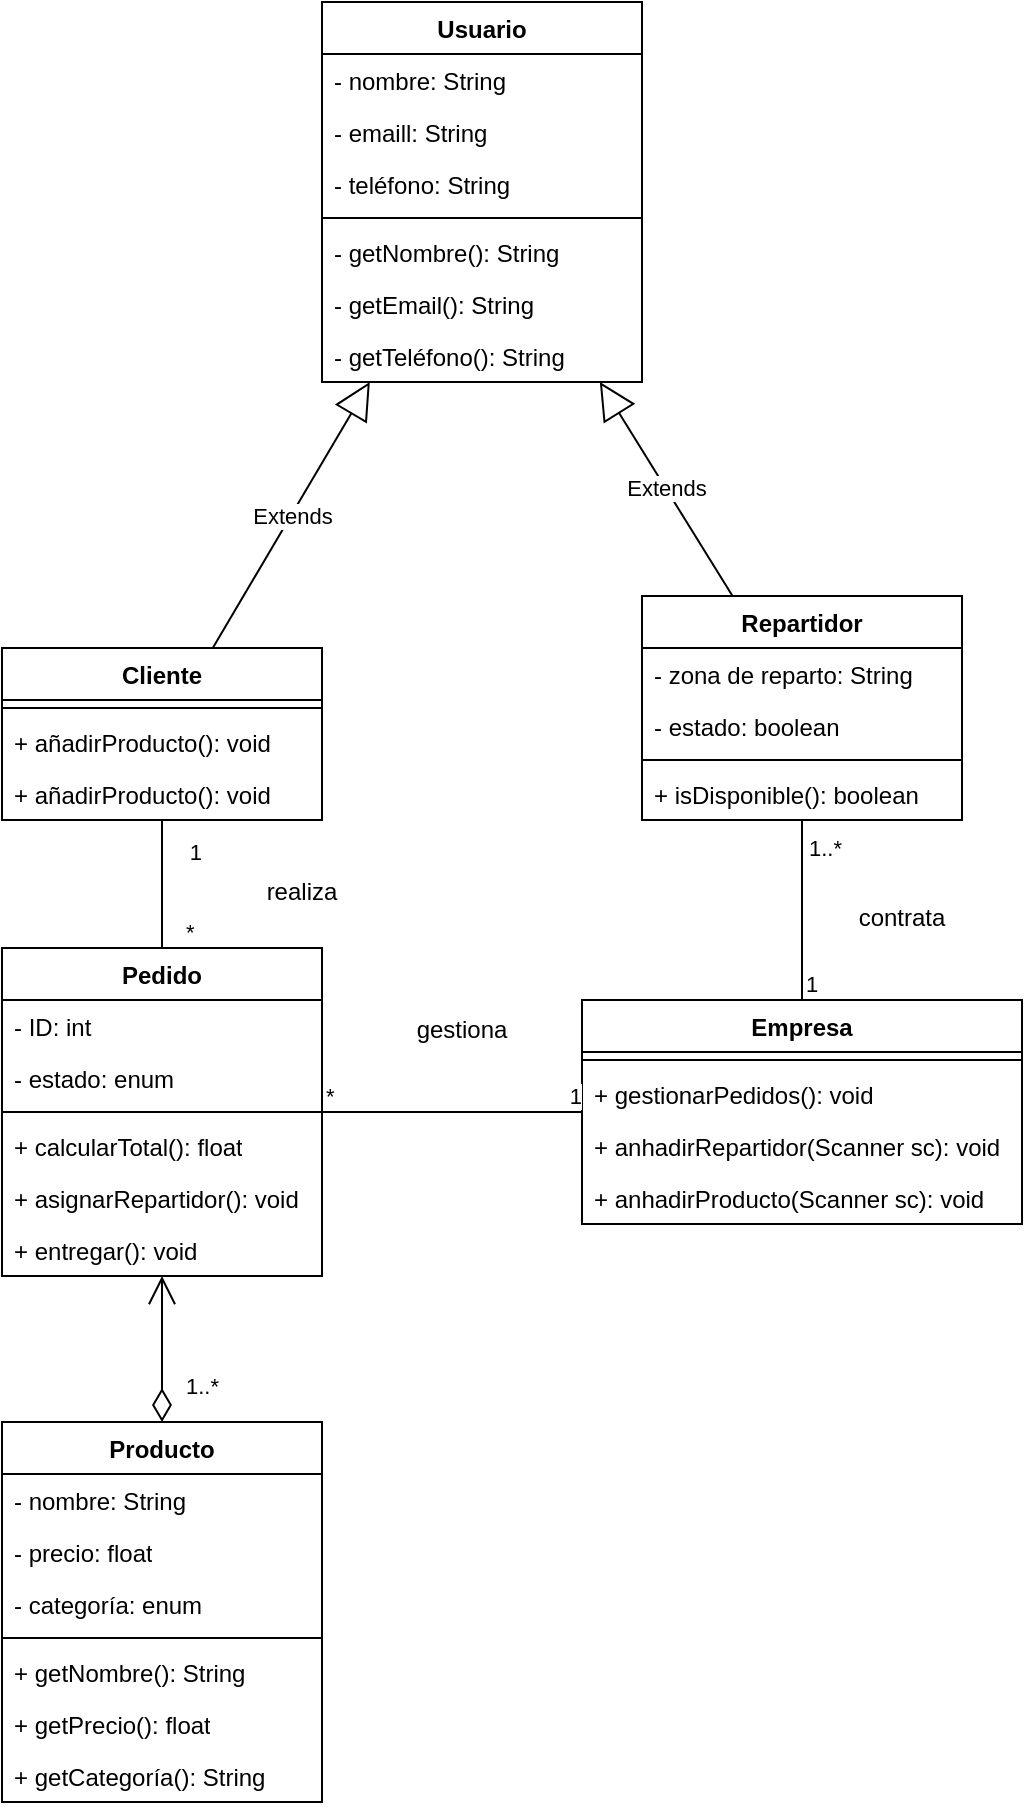
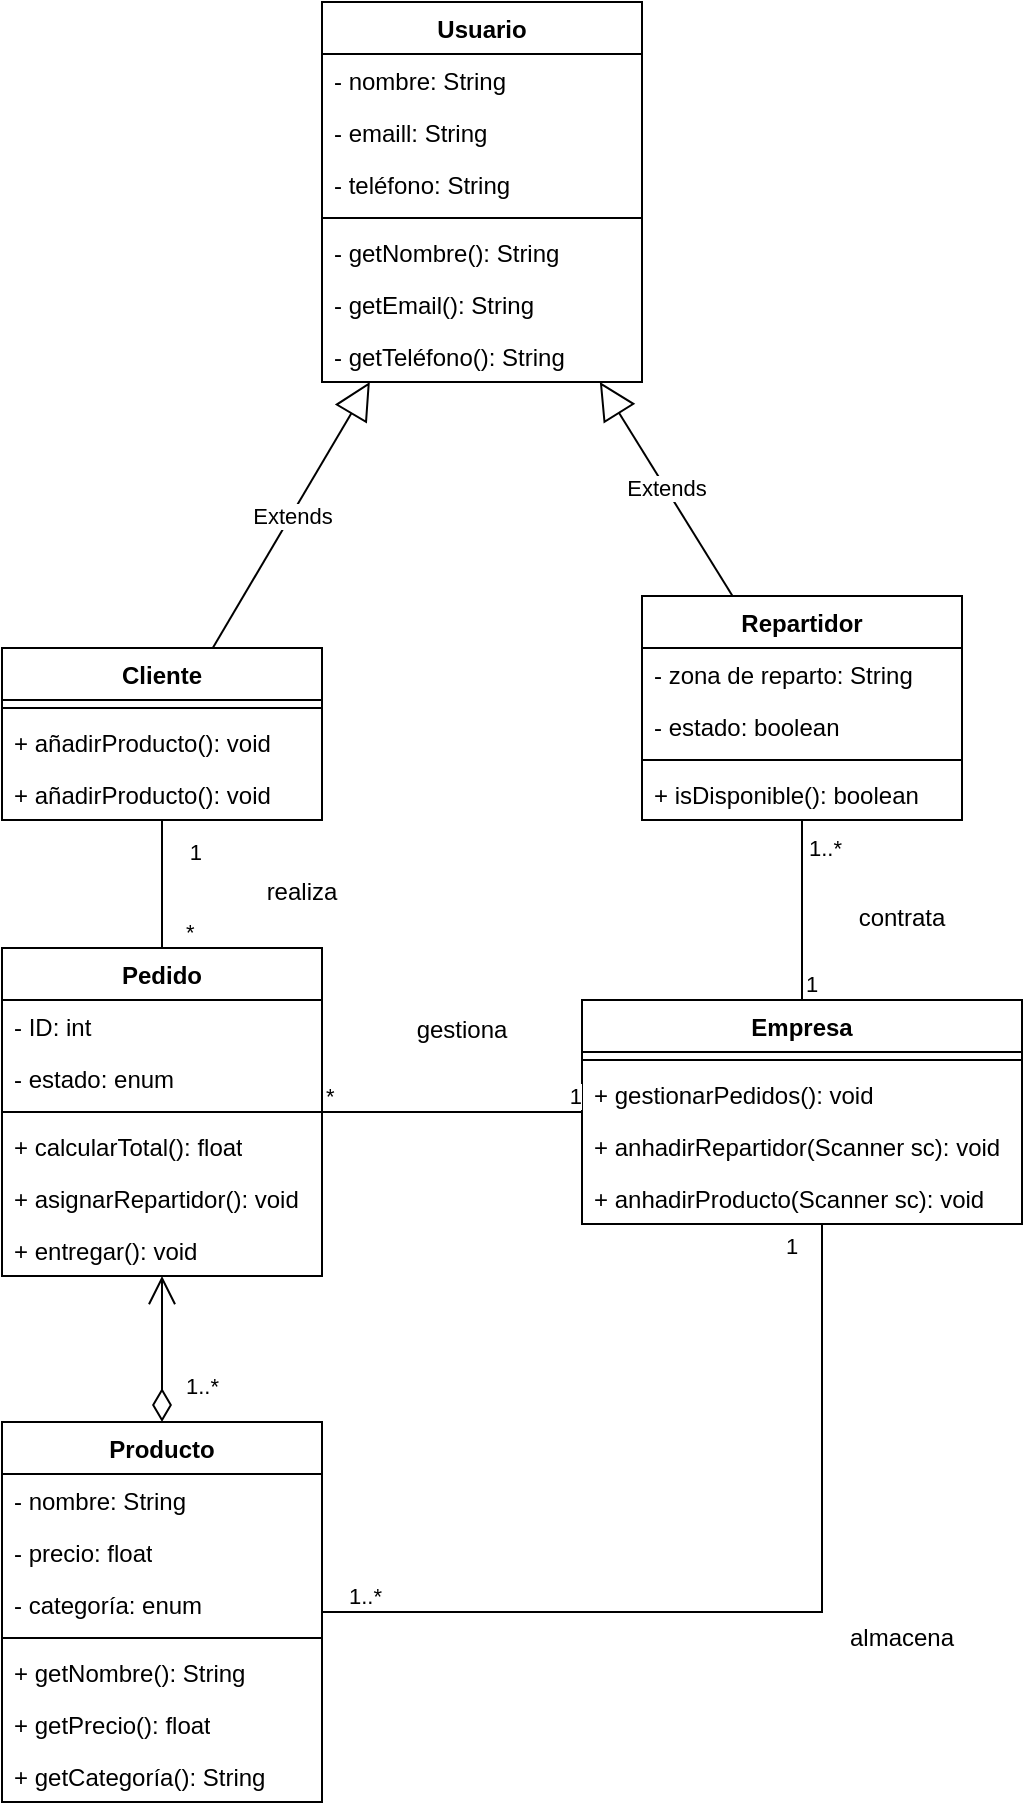
<mxfile host="app.diagrams.net">
  <diagram name="Página-1" id="2XE42wdA6MSBMxuCHJYf">
    <mxGraphModel dx="1084" dy="600" grid="1" gridSize="10" guides="1" tooltips="1" connect="1" arrows="1" fold="1" page="1" pageScale="1" pageWidth="827" pageHeight="1169" math="0" shadow="0">
      <root>
        <mxCell id="0" />
        <mxCell id="1" parent="0" />
        <mxCell id="JbUmaWRZdpL9yCn87Y7F-5" parent="1" style="swimlane;fontStyle=1;align=center;verticalAlign=top;childLayout=stackLayout;horizontal=1;startSize=26;horizontalStack=0;resizeParent=1;resizeParentMax=0;resizeLast=0;collapsible=1;marginBottom=0;whiteSpace=wrap;html=1;" value="Usuario" vertex="1">
          <mxGeometry height="190" width="160" x="250" y="30" as="geometry" />
        </mxCell>
        <mxCell id="JbUmaWRZdpL9yCn87Y7F-6" parent="JbUmaWRZdpL9yCn87Y7F-5" style="text;strokeColor=none;fillColor=none;align=left;verticalAlign=top;spacingLeft=4;spacingRight=4;overflow=hidden;rotatable=0;points=[[0,0.5],[1,0.5]];portConstraint=eastwest;whiteSpace=wrap;html=1;" value="- nombre: String" vertex="1">
          <mxGeometry height="26" width="160" y="26" as="geometry" />
        </mxCell>
        <mxCell id="JbUmaWRZdpL9yCn87Y7F-9" parent="JbUmaWRZdpL9yCn87Y7F-5" style="text;strokeColor=none;fillColor=none;align=left;verticalAlign=top;spacingLeft=4;spacingRight=4;overflow=hidden;rotatable=0;points=[[0,0.5],[1,0.5]];portConstraint=eastwest;whiteSpace=wrap;html=1;" value="- emaill: String" vertex="1">
          <mxGeometry height="26" width="160" y="52" as="geometry" />
        </mxCell>
        <mxCell id="JbUmaWRZdpL9yCn87Y7F-10" parent="JbUmaWRZdpL9yCn87Y7F-5" style="text;strokeColor=none;fillColor=none;align=left;verticalAlign=top;spacingLeft=4;spacingRight=4;overflow=hidden;rotatable=0;points=[[0,0.5],[1,0.5]];portConstraint=eastwest;whiteSpace=wrap;html=1;" value="- teléfono: String" vertex="1">
          <mxGeometry height="26" width="160" y="78" as="geometry" />
        </mxCell>
        <mxCell id="JbUmaWRZdpL9yCn87Y7F-7" parent="JbUmaWRZdpL9yCn87Y7F-5" style="line;strokeWidth=1;fillColor=none;align=left;verticalAlign=middle;spacingTop=-1;spacingLeft=3;spacingRight=3;rotatable=0;labelPosition=right;points=[];portConstraint=eastwest;strokeColor=inherit;" value="" vertex="1">
          <mxGeometry height="8" width="160" y="104" as="geometry" />
        </mxCell>
        <mxCell id="JbUmaWRZdpL9yCn87Y7F-54" parent="JbUmaWRZdpL9yCn87Y7F-5" style="text;strokeColor=none;fillColor=none;align=left;verticalAlign=top;spacingLeft=4;spacingRight=4;overflow=hidden;rotatable=0;points=[[0,0.5],[1,0.5]];portConstraint=eastwest;whiteSpace=wrap;html=1;" value="- getNombre(): String" vertex="1">
          <mxGeometry height="26" width="160" y="112" as="geometry" />
        </mxCell>
        <mxCell id="JbUmaWRZdpL9yCn87Y7F-55" parent="JbUmaWRZdpL9yCn87Y7F-5" style="text;strokeColor=none;fillColor=none;align=left;verticalAlign=top;spacingLeft=4;spacingRight=4;overflow=hidden;rotatable=0;points=[[0,0.5],[1,0.5]];portConstraint=eastwest;whiteSpace=wrap;html=1;" value="- getEmail(): String" vertex="1">
          <mxGeometry height="26" width="160" y="138" as="geometry" />
        </mxCell>
        <mxCell id="JbUmaWRZdpL9yCn87Y7F-56" parent="JbUmaWRZdpL9yCn87Y7F-5" style="text;strokeColor=none;fillColor=none;align=left;verticalAlign=top;spacingLeft=4;spacingRight=4;overflow=hidden;rotatable=0;points=[[0,0.5],[1,0.5]];portConstraint=eastwest;whiteSpace=wrap;html=1;" value="- getTeléfono(): String" vertex="1">
          <mxGeometry height="26" width="160" y="164" as="geometry" />
        </mxCell>
        <mxCell id="JbUmaWRZdpL9yCn87Y7F-11" parent="1" style="swimlane;fontStyle=1;align=center;verticalAlign=top;childLayout=stackLayout;horizontal=1;startSize=26;horizontalStack=0;resizeParent=1;resizeParentMax=0;resizeLast=0;collapsible=1;marginBottom=0;whiteSpace=wrap;html=1;" value="Cliente" vertex="1">
          <mxGeometry height="86" width="160" x="90" y="353" as="geometry" />
        </mxCell>
        <mxCell id="JbUmaWRZdpL9yCn87Y7F-13" parent="JbUmaWRZdpL9yCn87Y7F-11" style="line;strokeWidth=1;fillColor=none;align=left;verticalAlign=middle;spacingTop=-1;spacingLeft=3;spacingRight=3;rotatable=0;labelPosition=right;points=[];portConstraint=eastwest;strokeColor=inherit;" value="" vertex="1">
          <mxGeometry height="8" width="160" y="26" as="geometry" />
        </mxCell>
        <mxCell id="JbUmaWRZdpL9yCn87Y7F-14" parent="JbUmaWRZdpL9yCn87Y7F-11" style="text;strokeColor=none;fillColor=none;align=left;verticalAlign=top;spacingLeft=4;spacingRight=4;overflow=hidden;rotatable=0;points=[[0,0.5],[1,0.5]];portConstraint=eastwest;whiteSpace=wrap;html=1;" value="+ añadirProducto(): void" vertex="1">
          <mxGeometry height="26" width="160" y="34" as="geometry" />
        </mxCell>
        <mxCell id="GLeaCdAOJHjAhLHs-Tl_-1" parent="JbUmaWRZdpL9yCn87Y7F-11" style="text;strokeColor=none;fillColor=none;align=left;verticalAlign=top;spacingLeft=4;spacingRight=4;overflow=hidden;rotatable=0;points=[[0,0.5],[1,0.5]];portConstraint=eastwest;whiteSpace=wrap;html=1;" value="+ añadirProducto(): void" vertex="1">
          <mxGeometry height="26" width="160" y="60" as="geometry" />
        </mxCell>
        <mxCell id="JbUmaWRZdpL9yCn87Y7F-17" parent="1" style="swimlane;fontStyle=1;align=center;verticalAlign=top;childLayout=stackLayout;horizontal=1;startSize=26;horizontalStack=0;resizeParent=1;resizeParentMax=0;resizeLast=0;collapsible=1;marginBottom=0;whiteSpace=wrap;html=1;" value="Pedido" vertex="1">
          <mxGeometry height="164" width="160" x="90" y="503" as="geometry" />
        </mxCell>
        <mxCell id="JbUmaWRZdpL9yCn87Y7F-18" parent="JbUmaWRZdpL9yCn87Y7F-17" style="text;strokeColor=none;fillColor=none;align=left;verticalAlign=top;spacingLeft=4;spacingRight=4;overflow=hidden;rotatable=0;points=[[0,0.5],[1,0.5]];portConstraint=eastwest;whiteSpace=wrap;html=1;" value="- ID: int" vertex="1">
          <mxGeometry height="26" width="160" y="26" as="geometry" />
        </mxCell>
        <mxCell id="JbUmaWRZdpL9yCn87Y7F-21" parent="JbUmaWRZdpL9yCn87Y7F-17" style="text;strokeColor=none;fillColor=none;align=left;verticalAlign=top;spacingLeft=4;spacingRight=4;overflow=hidden;rotatable=0;points=[[0,0.5],[1,0.5]];portConstraint=eastwest;whiteSpace=wrap;html=1;" value="- estado: enum" vertex="1">
          <mxGeometry height="26" width="160" y="52" as="geometry" />
        </mxCell>
        <mxCell id="JbUmaWRZdpL9yCn87Y7F-19" parent="JbUmaWRZdpL9yCn87Y7F-17" style="line;strokeWidth=1;fillColor=none;align=left;verticalAlign=middle;spacingTop=-1;spacingLeft=3;spacingRight=3;rotatable=0;labelPosition=right;points=[];portConstraint=eastwest;strokeColor=inherit;" value="" vertex="1">
          <mxGeometry height="8" width="160" y="78" as="geometry" />
        </mxCell>
        <mxCell id="JbUmaWRZdpL9yCn87Y7F-20" parent="JbUmaWRZdpL9yCn87Y7F-17" style="text;strokeColor=none;fillColor=none;align=left;verticalAlign=top;spacingLeft=4;spacingRight=4;overflow=hidden;rotatable=0;points=[[0,0.5],[1,0.5]];portConstraint=eastwest;whiteSpace=wrap;html=1;" value="+ calcularTotal(): float" vertex="1">
          <mxGeometry height="26" width="160" y="86" as="geometry" />
        </mxCell>
        <mxCell id="JbUmaWRZdpL9yCn87Y7F-50" parent="JbUmaWRZdpL9yCn87Y7F-17" style="text;strokeColor=none;fillColor=none;align=left;verticalAlign=top;spacingLeft=4;spacingRight=4;overflow=hidden;rotatable=0;points=[[0,0.5],[1,0.5]];portConstraint=eastwest;whiteSpace=wrap;html=1;" value="+ asignarRepartidor(): void" vertex="1">
          <mxGeometry height="26" width="160" y="112" as="geometry" />
        </mxCell>
        <mxCell id="JbUmaWRZdpL9yCn87Y7F-51" parent="JbUmaWRZdpL9yCn87Y7F-17" style="text;strokeColor=none;fillColor=none;align=left;verticalAlign=top;spacingLeft=4;spacingRight=4;overflow=hidden;rotatable=0;points=[[0,0.5],[1,0.5]];portConstraint=eastwest;whiteSpace=wrap;html=1;" value="+ entregar(): void" vertex="1">
          <mxGeometry height="26" width="160" y="138" as="geometry" />
        </mxCell>
        <mxCell id="JbUmaWRZdpL9yCn87Y7F-23" parent="1" style="swimlane;fontStyle=1;align=center;verticalAlign=top;childLayout=stackLayout;horizontal=1;startSize=26;horizontalStack=0;resizeParent=1;resizeParentMax=0;resizeLast=0;collapsible=1;marginBottom=0;whiteSpace=wrap;html=1;" value="Producto" vertex="1">
          <mxGeometry height="190" width="160" x="90" y="740" as="geometry" />
        </mxCell>
        <mxCell id="JbUmaWRZdpL9yCn87Y7F-24" parent="JbUmaWRZdpL9yCn87Y7F-23" style="text;strokeColor=none;fillColor=none;align=left;verticalAlign=top;spacingLeft=4;spacingRight=4;overflow=hidden;rotatable=0;points=[[0,0.5],[1,0.5]];portConstraint=eastwest;whiteSpace=wrap;html=1;" value="- nombre: String" vertex="1">
          <mxGeometry height="26" width="160" y="26" as="geometry" />
        </mxCell>
        <mxCell id="JbUmaWRZdpL9yCn87Y7F-48" parent="JbUmaWRZdpL9yCn87Y7F-23" style="text;strokeColor=none;fillColor=none;align=left;verticalAlign=top;spacingLeft=4;spacingRight=4;overflow=hidden;rotatable=0;points=[[0,0.5],[1,0.5]];portConstraint=eastwest;whiteSpace=wrap;html=1;" value="- precio: float" vertex="1">
          <mxGeometry height="26" width="160" y="52" as="geometry" />
        </mxCell>
        <mxCell id="JbUmaWRZdpL9yCn87Y7F-49" parent="JbUmaWRZdpL9yCn87Y7F-23" style="text;strokeColor=none;fillColor=none;align=left;verticalAlign=top;spacingLeft=4;spacingRight=4;overflow=hidden;rotatable=0;points=[[0,0.5],[1,0.5]];portConstraint=eastwest;whiteSpace=wrap;html=1;" value="- categoría: enum" vertex="1">
          <mxGeometry height="26" width="160" y="78" as="geometry" />
        </mxCell>
        <mxCell id="JbUmaWRZdpL9yCn87Y7F-25" parent="JbUmaWRZdpL9yCn87Y7F-23" style="line;strokeWidth=1;fillColor=none;align=left;verticalAlign=middle;spacingTop=-1;spacingLeft=3;spacingRight=3;rotatable=0;labelPosition=right;points=[];portConstraint=eastwest;strokeColor=inherit;" value="" vertex="1">
          <mxGeometry height="8" width="160" y="104" as="geometry" />
        </mxCell>
        <mxCell id="JbUmaWRZdpL9yCn87Y7F-26" parent="JbUmaWRZdpL9yCn87Y7F-23" style="text;strokeColor=none;fillColor=none;align=left;verticalAlign=top;spacingLeft=4;spacingRight=4;overflow=hidden;rotatable=0;points=[[0,0.5],[1,0.5]];portConstraint=eastwest;whiteSpace=wrap;html=1;" value="+ getNombre(): String" vertex="1">
          <mxGeometry height="26" width="160" y="112" as="geometry" />
        </mxCell>
        <mxCell id="JbUmaWRZdpL9yCn87Y7F-57" parent="JbUmaWRZdpL9yCn87Y7F-23" style="text;strokeColor=none;fillColor=none;align=left;verticalAlign=top;spacingLeft=4;spacingRight=4;overflow=hidden;rotatable=0;points=[[0,0.5],[1,0.5]];portConstraint=eastwest;whiteSpace=wrap;html=1;" value="+ getPrecio(): float" vertex="1">
          <mxGeometry height="26" width="160" y="138" as="geometry" />
        </mxCell>
        <mxCell id="JbUmaWRZdpL9yCn87Y7F-58" parent="JbUmaWRZdpL9yCn87Y7F-23" style="text;strokeColor=none;fillColor=none;align=left;verticalAlign=top;spacingLeft=4;spacingRight=4;overflow=hidden;rotatable=0;points=[[0,0.5],[1,0.5]];portConstraint=eastwest;whiteSpace=wrap;html=1;" value="+ getCategoría(): String" vertex="1">
          <mxGeometry height="26" width="160" y="164" as="geometry" />
        </mxCell>
        <mxCell id="JbUmaWRZdpL9yCn87Y7F-27" parent="1" style="swimlane;fontStyle=1;align=center;verticalAlign=top;childLayout=stackLayout;horizontal=1;startSize=26;horizontalStack=0;resizeParent=1;resizeParentMax=0;resizeLast=0;collapsible=1;marginBottom=0;whiteSpace=wrap;html=1;" value="Repartidor" vertex="1">
          <mxGeometry height="112" width="160" x="410" y="327" as="geometry" />
        </mxCell>
        <mxCell id="JbUmaWRZdpL9yCn87Y7F-28" parent="JbUmaWRZdpL9yCn87Y7F-27" style="text;strokeColor=none;fillColor=none;align=left;verticalAlign=top;spacingLeft=4;spacingRight=4;overflow=hidden;rotatable=0;points=[[0,0.5],[1,0.5]];portConstraint=eastwest;whiteSpace=wrap;html=1;" value="- zona de reparto: String" vertex="1">
          <mxGeometry height="26" width="160" y="26" as="geometry" />
        </mxCell>
        <mxCell id="JbUmaWRZdpL9yCn87Y7F-31" parent="JbUmaWRZdpL9yCn87Y7F-27" style="text;strokeColor=none;fillColor=none;align=left;verticalAlign=top;spacingLeft=4;spacingRight=4;overflow=hidden;rotatable=0;points=[[0,0.5],[1,0.5]];portConstraint=eastwest;whiteSpace=wrap;html=1;" value="- estado: boolean" vertex="1">
          <mxGeometry height="26" width="160" y="52" as="geometry" />
        </mxCell>
        <mxCell id="JbUmaWRZdpL9yCn87Y7F-29" parent="JbUmaWRZdpL9yCn87Y7F-27" style="line;strokeWidth=1;fillColor=none;align=left;verticalAlign=middle;spacingTop=-1;spacingLeft=3;spacingRight=3;rotatable=0;labelPosition=right;points=[];portConstraint=eastwest;strokeColor=inherit;" value="" vertex="1">
          <mxGeometry height="8" width="160" y="78" as="geometry" />
        </mxCell>
        <mxCell id="JbUmaWRZdpL9yCn87Y7F-30" parent="JbUmaWRZdpL9yCn87Y7F-27" style="text;strokeColor=none;fillColor=none;align=left;verticalAlign=top;spacingLeft=4;spacingRight=4;overflow=hidden;rotatable=0;points=[[0,0.5],[1,0.5]];portConstraint=eastwest;whiteSpace=wrap;html=1;" value="+ isDisponible(): boolean" vertex="1">
          <mxGeometry height="26" width="160" y="86" as="geometry" />
        </mxCell>
        <mxCell id="JbUmaWRZdpL9yCn87Y7F-32" edge="1" parent="1" source="JbUmaWRZdpL9yCn87Y7F-11" style="endArrow=block;endSize=16;endFill=0;html=1;rounded=0;" target="JbUmaWRZdpL9yCn87Y7F-5" value="Extends">
          <mxGeometry relative="1" width="160" as="geometry">
            <mxPoint x="290" y="470" as="sourcePoint" />
            <mxPoint x="450" y="470" as="targetPoint" />
          </mxGeometry>
        </mxCell>
        <mxCell id="JbUmaWRZdpL9yCn87Y7F-33" edge="1" parent="1" source="JbUmaWRZdpL9yCn87Y7F-27" style="endArrow=block;endSize=16;endFill=0;html=1;rounded=0;" target="JbUmaWRZdpL9yCn87Y7F-5" value="Extends">
          <mxGeometry relative="1" width="160" as="geometry">
            <mxPoint x="380" y="220" as="sourcePoint" />
            <mxPoint x="540" y="220" as="targetPoint" />
          </mxGeometry>
        </mxCell>
        <mxCell id="JbUmaWRZdpL9yCn87Y7F-38" edge="1" parent="1" source="JbUmaWRZdpL9yCn87Y7F-17" style="endArrow=none;html=1;edgeStyle=orthogonalEdgeStyle;rounded=0;" target="JbUmaWRZdpL9yCn87Y7F-11" value="">
          <mxGeometry relative="1" as="geometry">
            <mxPoint x="90" y="450" as="sourcePoint" />
            <mxPoint x="250" y="450" as="targetPoint" />
          </mxGeometry>
        </mxCell>
        <mxCell id="JbUmaWRZdpL9yCn87Y7F-39" connectable="0" parent="JbUmaWRZdpL9yCn87Y7F-38" style="edgeLabel;resizable=0;html=1;align=left;verticalAlign=bottom;" value="*" vertex="1">
          <mxGeometry relative="1" x="-1" as="geometry">
            <mxPoint x="10" as="offset" />
          </mxGeometry>
        </mxCell>
        <mxCell id="JbUmaWRZdpL9yCn87Y7F-40" connectable="0" parent="JbUmaWRZdpL9yCn87Y7F-38" style="edgeLabel;resizable=0;html=1;align=right;verticalAlign=bottom;" value="1" vertex="1">
          <mxGeometry relative="1" x="1" as="geometry">
            <mxPoint x="20" y="24" as="offset" />
          </mxGeometry>
        </mxCell>
        <mxCell id="sLmoEp37BJ7bvrg3hQKr-1" edge="1" parent="1" source="JbUmaWRZdpL9yCn87Y7F-23" style="endArrow=open;html=1;endSize=12;startArrow=diamondThin;startSize=14;startFill=0;edgeStyle=orthogonalEdgeStyle;align=left;verticalAlign=bottom;rounded=0;" target="JbUmaWRZdpL9yCn87Y7F-17" value="1..*">
          <mxGeometry relative="1" x="-0.726" y="-10" as="geometry">
            <mxPoint y="1" as="offset" />
            <mxPoint x="120" y="690" as="sourcePoint" />
            <mxPoint x="280" y="690" as="targetPoint" />
          </mxGeometry>
        </mxCell>
        <mxCell id="KAOKZXu9z5fEesThSXn7-1" parent="1" style="swimlane;fontStyle=1;align=center;verticalAlign=top;childLayout=stackLayout;horizontal=1;startSize=26;horizontalStack=0;resizeParent=1;resizeParentMax=0;resizeLast=0;collapsible=1;marginBottom=0;whiteSpace=wrap;html=1;" value="Empresa" vertex="1">
          <mxGeometry height="112" width="220" x="380" y="529" as="geometry" />
        </mxCell>
        <mxCell id="KAOKZXu9z5fEesThSXn7-3" parent="KAOKZXu9z5fEesThSXn7-1" style="line;strokeWidth=1;fillColor=none;align=left;verticalAlign=middle;spacingTop=-1;spacingLeft=3;spacingRight=3;rotatable=0;labelPosition=right;points=[];portConstraint=eastwest;strokeColor=inherit;" value="" vertex="1">
          <mxGeometry height="8" width="220" y="26" as="geometry" />
        </mxCell>
        <mxCell id="KAOKZXu9z5fEesThSXn7-4" parent="KAOKZXu9z5fEesThSXn7-1" style="text;strokeColor=none;fillColor=none;align=left;verticalAlign=top;spacingLeft=4;spacingRight=4;overflow=hidden;rotatable=0;points=[[0,0.5],[1,0.5]];portConstraint=eastwest;whiteSpace=wrap;html=1;" value="+ gestionarPedidos(): void" vertex="1">
          <mxGeometry height="26" width="220" y="34" as="geometry" />
        </mxCell>
        <mxCell id="KAOKZXu9z5fEesThSXn7-5" parent="KAOKZXu9z5fEesThSXn7-1" style="text;strokeColor=none;fillColor=none;align=left;verticalAlign=top;spacingLeft=4;spacingRight=4;overflow=hidden;rotatable=0;points=[[0,0.5],[1,0.5]];portConstraint=eastwest;whiteSpace=wrap;html=1;" value="+ anhadirRepartidor(Scanner sc): void" vertex="1">
          <mxGeometry height="26" width="220" y="60" as="geometry" />
        </mxCell>
        <mxCell id="KAOKZXu9z5fEesThSXn7-6" parent="KAOKZXu9z5fEesThSXn7-1" style="text;strokeColor=none;fillColor=none;align=left;verticalAlign=top;spacingLeft=4;spacingRight=4;overflow=hidden;rotatable=0;points=[[0,0.5],[1,0.5]];portConstraint=eastwest;whiteSpace=wrap;html=1;" value="+ anhadirProducto(Scanner sc): void" vertex="1">
          <mxGeometry height="26" width="220" y="86" as="geometry" />
        </mxCell>
        <mxCell id="KAOKZXu9z5fEesThSXn7-11" edge="1" parent="1" source="KAOKZXu9z5fEesThSXn7-1" style="endArrow=none;html=1;edgeStyle=orthogonalEdgeStyle;rounded=0;" target="JbUmaWRZdpL9yCn87Y7F-27" value="">
          <mxGeometry relative="1" as="geometry">
            <mxPoint x="370" y="480" as="sourcePoint" />
            <mxPoint x="530" y="480" as="targetPoint" />
          </mxGeometry>
        </mxCell>
        <mxCell id="KAOKZXu9z5fEesThSXn7-12" connectable="0" parent="KAOKZXu9z5fEesThSXn7-11" style="edgeLabel;resizable=0;html=1;align=left;verticalAlign=bottom;" value="1" vertex="1">
          <mxGeometry relative="1" x="-1" as="geometry" />
        </mxCell>
        <mxCell id="KAOKZXu9z5fEesThSXn7-13" connectable="0" parent="KAOKZXu9z5fEesThSXn7-11" style="edgeLabel;resizable=0;html=1;align=right;verticalAlign=bottom;" value="1..*" vertex="1">
          <mxGeometry relative="1" x="1" as="geometry">
            <mxPoint x="20" y="22" as="offset" />
          </mxGeometry>
        </mxCell>
        <mxCell id="KAOKZXu9z5fEesThSXn7-15" parent="1" style="text;html=1;whiteSpace=wrap;strokeColor=none;fillColor=none;align=center;verticalAlign=middle;rounded=0;" value="contrata" vertex="1">
          <mxGeometry height="30" width="60" x="510" y="473" as="geometry" />
        </mxCell>
        <mxCell id="KAOKZXu9z5fEesThSXn7-16" parent="1" style="text;html=1;whiteSpace=wrap;strokeColor=none;fillColor=none;align=center;verticalAlign=middle;rounded=0;" value="realiza" vertex="1">
          <mxGeometry height="30" width="60" x="210" y="460" as="geometry" />
        </mxCell>
        <mxCell id="KAOKZXu9z5fEesThSXn7-18" edge="1" parent="1" source="JbUmaWRZdpL9yCn87Y7F-17" style="endArrow=none;html=1;edgeStyle=orthogonalEdgeStyle;rounded=0;" target="KAOKZXu9z5fEesThSXn7-1" value="">
          <mxGeometry relative="1" as="geometry">
            <mxPoint x="290" y="590" as="sourcePoint" />
            <mxPoint x="450" y="590" as="targetPoint" />
          </mxGeometry>
        </mxCell>
        <mxCell id="KAOKZXu9z5fEesThSXn7-19" connectable="0" parent="KAOKZXu9z5fEesThSXn7-18" style="edgeLabel;resizable=0;html=1;align=left;verticalAlign=bottom;" value="*" vertex="1">
          <mxGeometry relative="1" x="-1" as="geometry" />
        </mxCell>
        <mxCell id="KAOKZXu9z5fEesThSXn7-20" connectable="0" parent="KAOKZXu9z5fEesThSXn7-18" style="edgeLabel;resizable=0;html=1;align=right;verticalAlign=bottom;" value="1" vertex="1">
          <mxGeometry relative="1" x="1" as="geometry" />
        </mxCell>
        <mxCell id="KAOKZXu9z5fEesThSXn7-21" parent="1" style="text;html=1;whiteSpace=wrap;strokeColor=none;fillColor=none;align=center;verticalAlign=middle;rounded=0;" value="gestiona" vertex="1">
          <mxGeometry height="30" width="60" x="290" y="529" as="geometry" />
        </mxCell>
+         <mxCell id="KAOKZXu9z5fEesThSXn7-22" edge="1" parent="1" source="KAOKZXu9z5fEesThSXn7-1" style="endArrow=none;html=1;rounded=0;edgeStyle=orthogonalEdgeStyle;" target="JbUmaWRZdpL9yCn87Y7F-23" value="">
+           <mxGeometry relative="1" as="geometry">
+             <Array as="points">
+               <mxPoint x="500" y="835" />
+             </Array>
+             <mxPoint x="390" y="810" as="sourcePoint" />
+             <mxPoint x="550" y="810" as="targetPoint" />
+           </mxGeometry>
+         </mxCell>
+         <mxCell id="KAOKZXu9z5fEesThSXn7-23" connectable="0" parent="KAOKZXu9z5fEesThSXn7-22" style="edgeLabel;resizable=0;html=1;align=left;verticalAlign=bottom;" value="1" vertex="1">
+           <mxGeometry relative="1" x="-1" as="geometry">
+             <mxPoint x="-20" y="19" as="offset" />
+           </mxGeometry>
+         </mxCell>
+         <mxCell id="KAOKZXu9z5fEesThSXn7-24" connectable="0" parent="KAOKZXu9z5fEesThSXn7-22" style="edgeLabel;resizable=0;html=1;align=right;verticalAlign=bottom;" value="1..*" vertex="1">
+           <mxGeometry relative="1" x="1" as="geometry">
+             <mxPoint x="30" as="offset" />
+           </mxGeometry>
+         </mxCell>
+         <mxCell id="KAOKZXu9z5fEesThSXn7-25" parent="1" style="text;html=1;whiteSpace=wrap;strokeColor=none;fillColor=none;align=center;verticalAlign=middle;rounded=0;" value="almacena" vertex="1">
+           <mxGeometry height="30" width="60" x="510" y="833" as="geometry" />
+         </mxCell>
      </root>
    </mxGraphModel>
  </diagram>
</mxfile>
